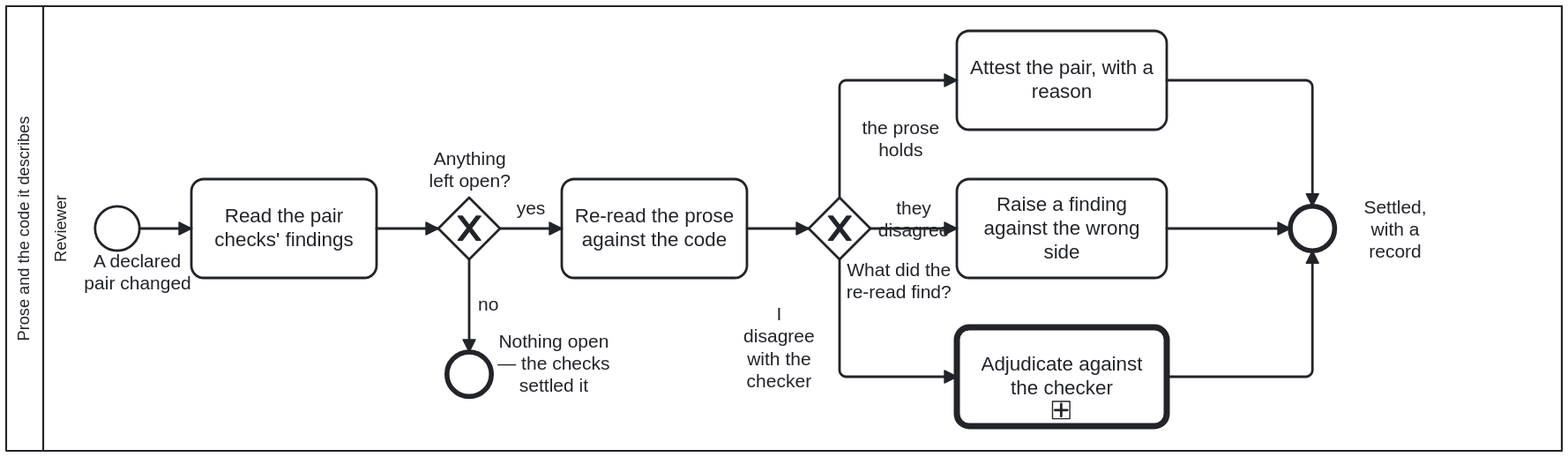
Above: docs/assets/img/workflows/narrative-code-review.svg in litlfred/cat-harness (BPMN), before the change. Its source is kept beside it as processes/sdlc/narrative-code-review.bpmn. Ids are renumbered.
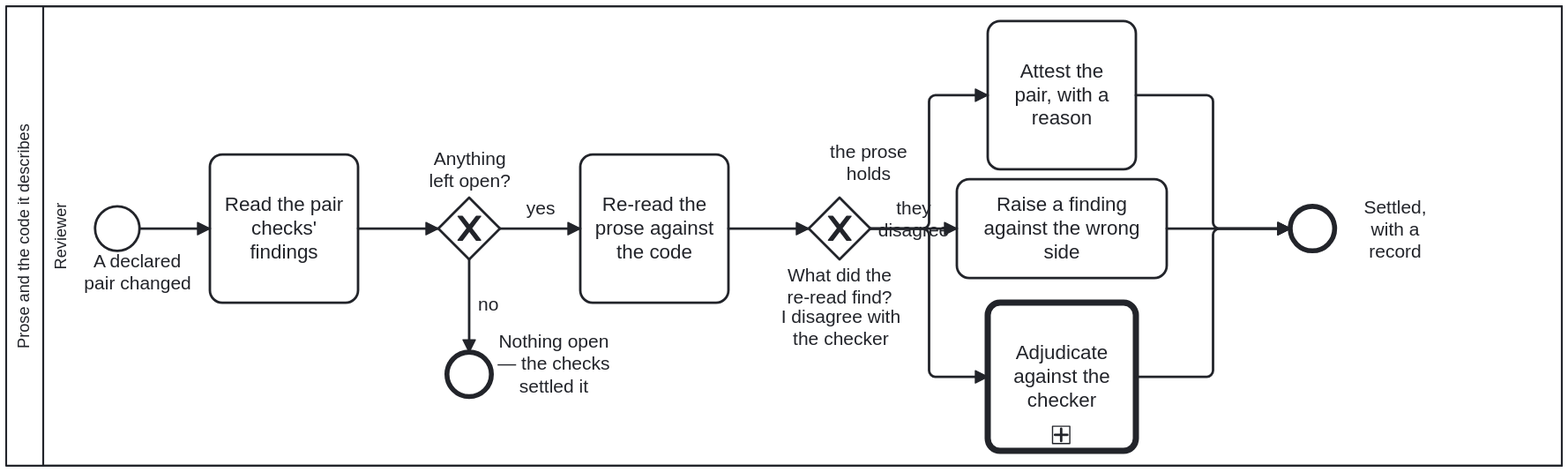
After the commit.

What changed in the source:
```diff
@@ -143,80 +143,96 @@
   <bpmndi:BPMNDiagram id="BPMNDiagram_NarrativeCodeReview">
     <bpmndi:BPMNPlane id="BPMNPlane_NarrativeCodeReview" bpmnElement="Collab_NarrativeCodeReview">
       <bpmndi:BPMNShape id="Shape_Participant" bpmnElement="Participant_NarrativeCodeReview" isHorizontal="true">
-        <dc:Bounds x="160" y="60" width="1260" height="360"/>
+        <dc:Bounds x="160" y="60" width="1260" height="372" />
       </bpmndi:BPMNShape>
       <bpmndi:BPMNShape id="Shape_Lane_PairReviewer" bpmnElement="Lane_PairReviewer" isHorizontal="true">
-        <dc:Bounds x="190" y="60" width="1230" height="360"/>
+        <dc:Bounds x="190" y="60" width="1230" height="372" />
       </bpmndi:BPMNShape>
       <bpmndi:BPMNShape id="Shape_Start_PairChanged" bpmnElement="Start_PairChanged">
-        <dc:Bounds x="232" y="222" width="36" height="36"/>
-        <bpmndi:BPMNLabel><dc:Bounds x="221.5" y="257.5" width="90" height="36" /></bpmndi:BPMNLabel>
-      </bpmndi:BPMNShape>
+        <dc:Bounds x="232" y="222" width="36" height="36" />
+
+      <bpmndi:BPMNLabel><dc:Bounds x="221.5" y="257.5" width="90" height="36" /></bpmndi:BPMNLabel></bpmndi:BPMNShape>
       <bpmndi:BPMNShape id="Shape_A_ReadPairFindings" bpmnElement="A_ReadPairFindings">
-        <dc:Bounds x="310" y="200" width="150" height="80"/>
+        <dc:Bounds x="325" y="180" width="120" height="120" />
       </bpmndi:BPMNShape>
       <bpmndi:BPMNShape id="Shape_GW_Open" bpmnElement="GW_Open" isMarkerVisible="true">
-        <dc:Bounds x="510" y="215" width="50" height="50"/>
-        <bpmndi:BPMNLabel><dc:Bounds x="490" y="175" width="90" height="36" /></bpmndi:BPMNLabel>
-      </bpmndi:BPMNShape>
+        <dc:Bounds x="510" y="215" width="50" height="50" />
+
+      <bpmndi:BPMNLabel><dc:Bounds x="490" y="175" width="90" height="36" /></bpmndi:BPMNLabel></bpmndi:BPMNShape>
       <bpmndi:BPMNShape id="Shape_End_NothingOpen" bpmnElement="End_NothingOpen">
-        <dc:Bounds x="517" y="340" width="36" height="36"/>
-        <bpmndi:BPMNLabel><dc:Bounds x="557" y="322.5" width="93.41" height="71" /></bpmndi:BPMNLabel>
-      </bpmndi:BPMNShape>
+        <dc:Bounds x="517" y="340" width="36" height="36" />
+
+      <bpmndi:BPMNLabel><dc:Bounds x="557" y="322.5" width="93.41" height="71" /></bpmndi:BPMNLabel></bpmndi:BPMNShape>
       <bpmndi:BPMNShape id="Shape_A_ReRead" bpmnElement="A_ReRead">
-        <dc:Bounds x="610" y="200" width="150" height="80"/>
+        <dc:Bounds x="625" y="180" width="120" height="120" />
       </bpmndi:BPMNShape>
       <bpmndi:BPMNShape id="Shape_GW_Verdict" bpmnElement="GW_Verdict" isMarkerVisible="true">
-        <dc:Bounds x="810" y="215" width="50" height="50"/>
-        <bpmndi:BPMNLabel><dc:Bounds x="838.01" y="264.5" width="90" height="35" /></bpmndi:BPMNLabel>
-      </bpmndi:BPMNShape>
+        <dc:Bounds x="810" y="215" width="50" height="50" />
+
+      <bpmndi:BPMNLabel><dc:Bounds x="790" y="269" width="90" height="35" /></bpmndi:BPMNLabel></bpmndi:BPMNShape>
       <bpmndi:BPMNShape id="Shape_A_Attest" bpmnElement="A_Attest">
-        <dc:Bounds x="930" y="80" width="170" height="80"/>
+        <dc:Bounds x="955" y="72" width="120" height="120" />
       </bpmndi:BPMNShape>
       <bpmndi:BPMNShape id="Shape_A_RaiseFinding" bpmnElement="A_RaiseFinding">
-        <dc:Bounds x="930" y="200" width="170" height="80"/>
+        <dc:Bounds x="930" y="200" width="170" height="80" />
       </bpmndi:BPMNShape>
       <bpmndi:BPMNShape id="Shape_Call_Adjudication" bpmnElement="Call_Adjudication">
-        <dc:Bounds x="930" y="320" width="170" height="80"/>
+        <dc:Bounds x="955" y="300" width="120" height="120" />
       </bpmndi:BPMNShape>
       <bpmndi:BPMNShape id="Shape_End_Settled" bpmnElement="End_Settled">
-        <dc:Bounds x="1200" y="222" width="36" height="36"/>
-        <bpmndi:BPMNLabel><dc:Bounds x="1240" y="213.5" width="90" height="53" /></bpmndi:BPMNLabel>
-      </bpmndi:BPMNShape>
+        <dc:Bounds x="1200" y="222" width="36" height="36" />
+
+      <bpmndi:BPMNLabel><dc:Bounds x="1240" y="213.5" width="90" height="53" /></bpmndi:BPMNLabel></bpmndi:BPMNShape>
       <bpmndi:BPMNEdge id="Edge_F_1" bpmnElement="F_1">
-        <di:waypoint x="268" y="240"/><di:waypoint x="310" y="240"/>
+        <di:waypoint x="268" y="240" />
+        <di:waypoint x="325" y="240" />
       </bpmndi:BPMNEdge>
       <bpmndi:BPMNEdge id="Edge_F_2" bpmnElement="F_2">
-        <di:waypoint x="460" y="240"/><di:waypoint x="510" y="240"/>
+        <di:waypoint x="445" y="240" />
+        <di:waypoint x="510" y="240" />
       </bpmndi:BPMNEdge>
       <bpmndi:BPMNEdge id="Edge_F_Open" bpmnElement="F_Open">
-        <di:waypoint x="560" y="240"/><di:waypoint x="610" y="240"/>
+        <di:waypoint x="560" y="240" />
+        <di:waypoint x="625" y="240" />
       </bpmndi:BPMNEdge>
       <bpmndi:BPMNEdge id="Edge_F_None" bpmnElement="F_None">
         <di:waypoint x="535" y="265"/><di:waypoint x="535" y="340"/>
       </bpmndi:BPMNEdge>
       <bpmndi:BPMNEdge id="Edge_F_3" bpmnElement="F_3">
-        <di:waypoint x="760" y="240"/><di:waypoint x="810" y="240"/>
+        <di:waypoint x="745" y="240" />
+        <di:waypoint x="810" y="240" />
       </bpmndi:BPMNEdge>
       <bpmndi:BPMNEdge id="Edge_F_Holds" bpmnElement="F_Holds">
-        <di:waypoint x="835" y="215"/><di:waypoint x="835" y="120"/><di:waypoint x="930" y="120"/>
-        <bpmndi:BPMNLabel><dc:Bounds x="839" y="150" width="90" height="35" /></bpmndi:BPMNLabel>
+        <di:waypoint x="860" y="240" />
+        <di:waypoint x="907.5" y="240" />
+        <di:waypoint x="907.5" y="132" />
+        <di:waypoint x="955" y="132" />
+        <bpmndi:BPMNLabel><dc:Bounds x="813.5" y="168.5" width="90" height="35" /></bpmndi:BPMNLabel>
       </bpmndi:BPMNEdge>
       <bpmndi:BPMNEdge id="Edge_F_Mismatch" bpmnElement="F_Mismatch">
         <di:waypoint x="860" y="240"/><di:waypoint x="930" y="240"/>
       </bpmndi:BPMNEdge>
       <bpmndi:BPMNEdge id="Edge_F_Disagree" bpmnElement="F_Disagree">
-        <di:waypoint x="835" y="265"/><di:waypoint x="835" y="360"/><di:waypoint x="930" y="360"/>
-        <bpmndi:BPMNLabel><dc:Bounds x="741" y="300.75" width="90" height="71" /></bpmndi:BPMNLabel>
+        <di:waypoint x="860" y="240" />
+        <di:waypoint x="907.5" y="240" />
+        <di:waypoint x="907.5" y="360" />
+        <di:waypoint x="955" y="360" />
+        <bpmndi:BPMNLabel><dc:Bounds x="768.5" y="303" width="135" height="54" /></bpmndi:BPMNLabel>
       </bpmndi:BPMNEdge>
       <bpmndi:BPMNEdge id="Edge_F_4" bpmnElement="F_4">
-        <di:waypoint x="1100" y="120"/><di:waypoint x="1218" y="120"/><di:waypoint x="1218" y="222"/>
+        <di:waypoint x="1075" y="132" />
+        <di:waypoint x="1137.5" y="132" />
+        <di:waypoint x="1137.5" y="240" />
+        <di:waypoint x="1200" y="240" />
       </bpmndi:BPMNEdge>
       <bpmndi:BPMNEdge id="Edge_F_5" bpmnElement="F_5">
         <di:waypoint x="1100" y="240"/><di:waypoint x="1200" y="240"/>
       </bpmndi:BPMNEdge>
       <bpmndi:BPMNEdge id="Edge_F_6" bpmnElement="F_6">
-        <di:waypoint x="1100" y="360"/><di:waypoint x="1218" y="360"/><di:waypoint x="1218" y="258"/>
+        <di:waypoint x="1075" y="360" />
+        <di:waypoint x="1137.5" y="360" />
+        <di:waypoint x="1137.5" y="240" />
+        <di:waypoint x="1200" y="240" />
       </bpmndi:BPMNEdge>
     </bpmndi:BPMNPlane>
   </bpmndi:BPMNDiagram>
```
